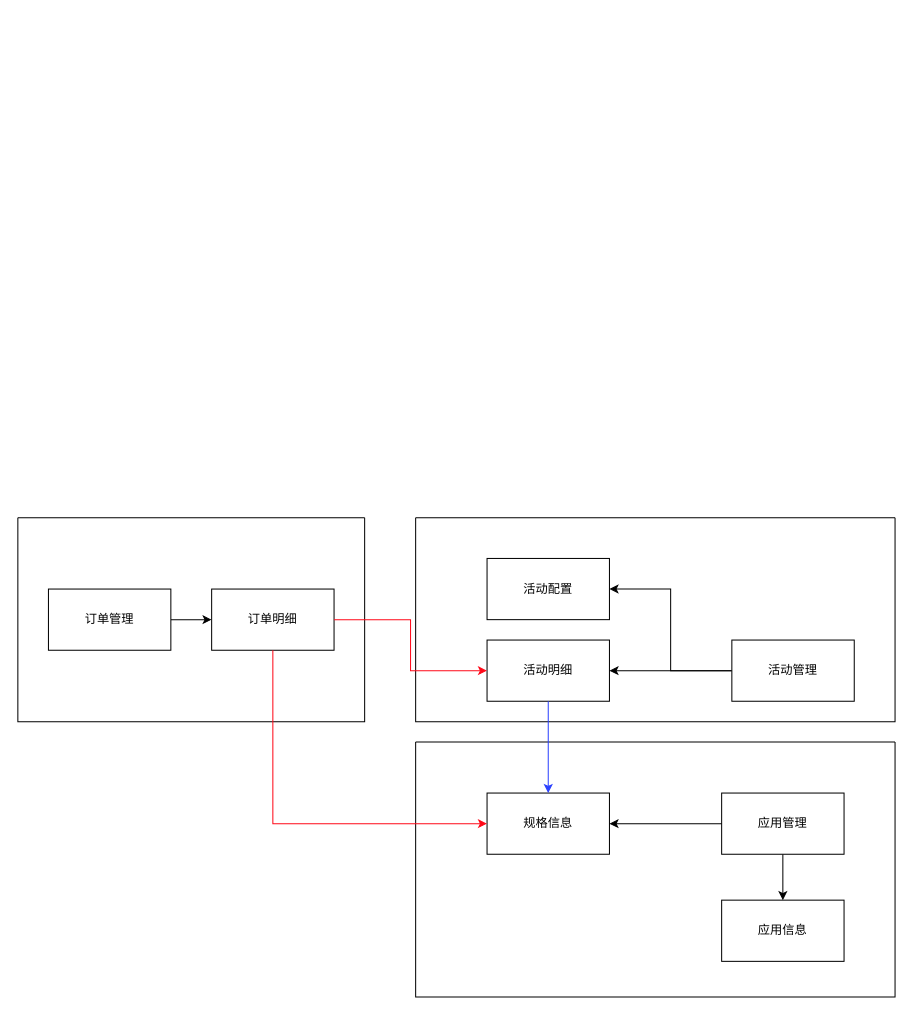
Before: 237活动.drawio in duoduoCain/blog, a draw.io diagram. Source tidied: cells renumbered, new cells numbered last; positions are measured from the earlier drawing's top-left corner, leaving out a move shared by most shapes. Both pictures are drawn from the tidied source at 102%, with x=0, y=0 at pixel (17, 517).
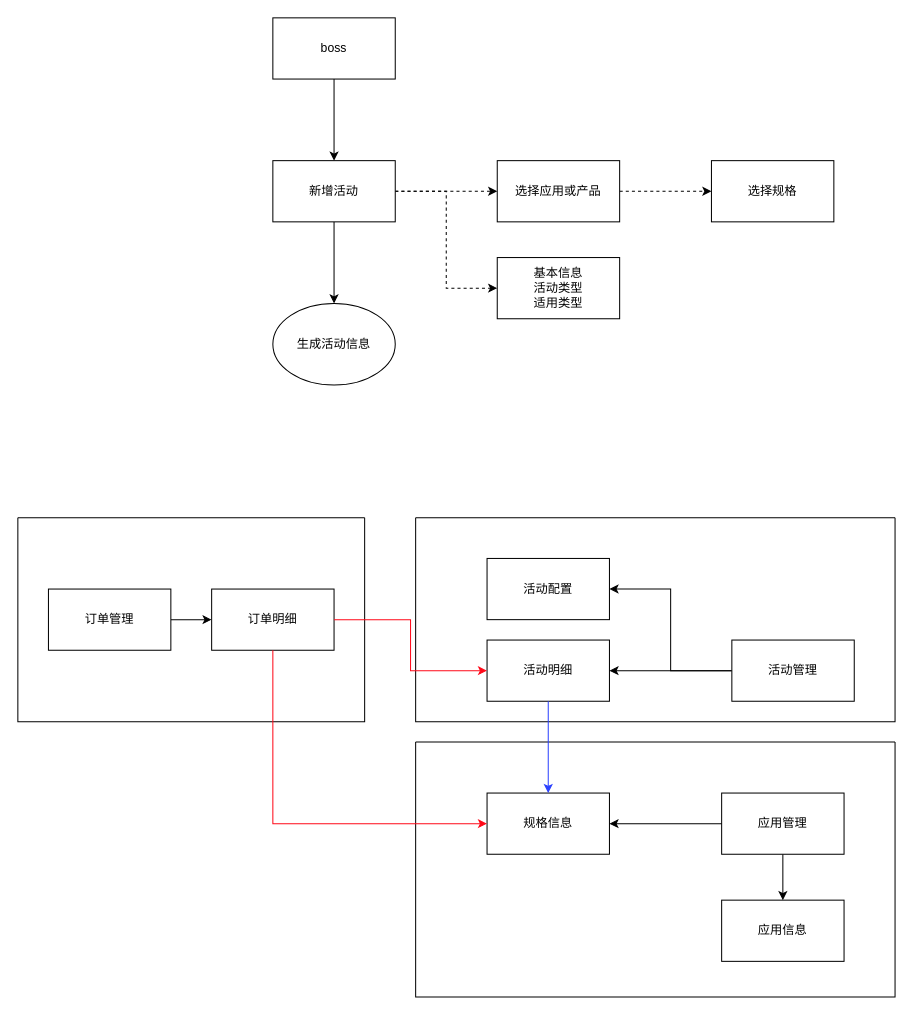
Above is the later version.

The edit, as a diff of the source:
```diff
@@
+    <mxCell id="21" style="edgeStyle=orthogonalEdgeStyle;rounded=0;jettySize=auto;html=1;entryX=0.5;entryY=0;entryDx=0;entryDy=0;" parent="1" edge="1" source="22" target="26">
+      <mxGeometry relative="1" as="geometry" />
+    </mxCell>
+    <mxCell id="22" value="boss" style="rounded=0;whiteSpace=wrap;html=1;" parent="1" vertex="1">
+      <mxGeometry x="250" y="-490" width="120" height="60" as="geometry" />
+    </mxCell>
+    <mxCell id="23" style="edgeStyle=orthogonalEdgeStyle;rounded=0;jettySize=auto;html=1;entryX=0.5;entryY=0;entryDx=0;entryDy=0;" parent="1" edge="1" source="26" target="30">
+      <mxGeometry relative="1" as="geometry" />
+    </mxCell>
+    <mxCell id="24" style="edgeStyle=orthogonalEdgeStyle;rounded=0;jettySize=auto;html=1;dashed=1;" parent="1" edge="1" source="26" target="28">
+      <mxGeometry relative="1" as="geometry" />
+    </mxCell>
+    <mxCell id="25" style="edgeStyle=orthogonalEdgeStyle;rounded=0;jettySize=auto;html=1;entryX=0;entryY=0.5;entryDx=0;entryDy=0;dashed=1;" parent="1" edge="1" source="26" target="31">
+      <mxGeometry relative="1" as="geometry" />
+    </mxCell>
+    <mxCell id="26" value="新增活动" style="rounded=0;whiteSpace=wrap;html=1;" parent="1" vertex="1">
+      <mxGeometry x="250" y="-350" width="120" height="60" as="geometry" />
+    </mxCell>
+    <mxCell id="27" style="edgeStyle=orthogonalEdgeStyle;rounded=0;jettySize=auto;html=1;dashed=1;" parent="1" edge="1" source="28" target="29">
+      <mxGeometry relative="1" as="geometry" />
+    </mxCell>
+    <mxCell id="28" value="选择应用或产品" style="rounded=0;whiteSpace=wrap;html=1;" parent="1" vertex="1">
+      <mxGeometry x="470" y="-350" width="120" height="60" as="geometry" />
+    </mxCell>
+    <mxCell id="29" value="选择规格" style="rounded=0;whiteSpace=wrap;html=1;" parent="1" vertex="1">
+      <mxGeometry x="680" y="-350" width="120" height="60" as="geometry" />
+    </mxCell>
+    <mxCell id="30" value="生成活动信息" style="ellipse;whiteSpace=wrap;html=1;" parent="1" vertex="1">
+      <mxGeometry x="250" y="-210" width="120" height="80" as="geometry" />
+    </mxCell>
+    <mxCell id="31" value="基本信息&lt;br&gt;活动类型&lt;br&gt;适用类型&lt;br&gt;" style="rounded=0;whiteSpace=wrap;html=1;" parent="1" vertex="1">
+      <mxGeometry x="470" y="-255" width="120" height="60" as="geometry" />
+    </mxCell>
```
